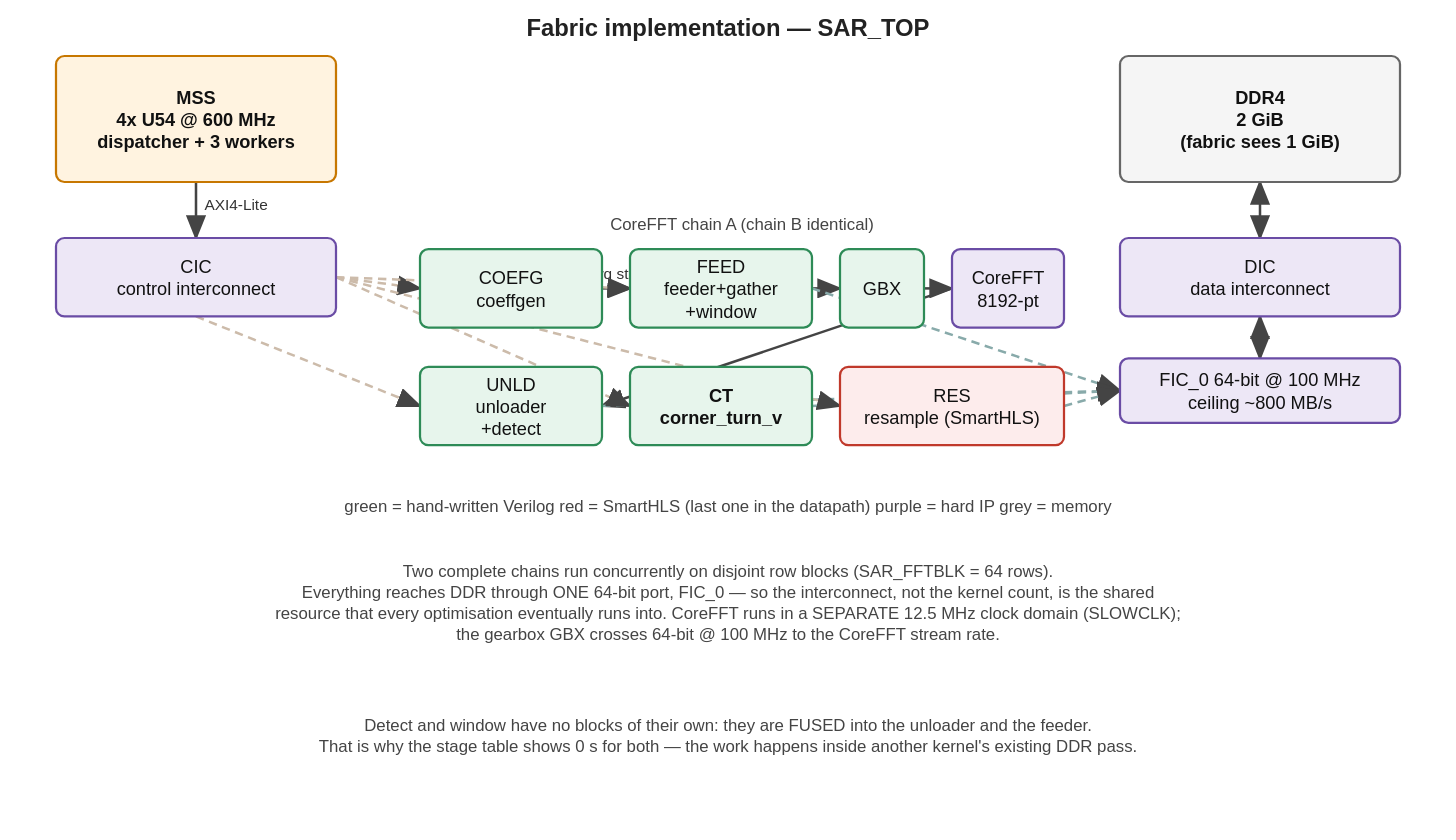
The draw.io diagram docs/slides/diagrams/fig-fabric.drawio.svg in futureproofbear/mpfs250t-sar-ifp, before a commit. Source tidied: cells renumbered, new cells last; positions are measured from the earlier drawing's top-left corner, leaving out a move shared by most shapes. The source it was exported from:
```xml
<mxGraphModel>
  <root>
    <mxCell id="0" />
    <mxCell id="1" parent="0" />
    <mxCell id="2" value="MSS&#10;4x U54 @ 600 MHz&#10;dispatcher + 3 workers" style="rounded=1;whiteSpace=wrap;html=1;fillColor=#FFF3E0;strokeColor=#C77700;fontSize=13;fontFamily=Helvetica;align=center;verticalAlign=middle;fontStyle=1;" parent="1" vertex="1">
      <mxGeometry width="200" height="90" as="geometry" />
    </mxCell>
    <mxCell id="3" value="CIC&#10;control interconnect" style="rounded=1;whiteSpace=wrap;html=1;fillColor=#EDE7F6;strokeColor=#6A4CA5;fontSize=13;fontFamily=Helvetica;align=center;verticalAlign=middle;" parent="1" vertex="1">
      <mxGeometry y="130" width="200" height="56" as="geometry" />
    </mxCell>
    <mxCell id="4" value="DDR4&#10;2 GiB&#10;(fabric sees 1 GiB)" style="rounded=1;whiteSpace=wrap;html=1;fillColor=#F5F5F5;strokeColor=#666666;fontSize=13;fontFamily=Helvetica;align=center;verticalAlign=middle;fontStyle=1;" parent="1" vertex="1">
      <mxGeometry x="760" width="200" height="90" as="geometry" />
    </mxCell>
    <mxCell id="5" value="DIC&#10;data interconnect" style="rounded=1;whiteSpace=wrap;html=1;fillColor=#EDE7F6;strokeColor=#6A4CA5;fontSize=13;fontFamily=Helvetica;align=center;verticalAlign=middle;" parent="1" vertex="1">
      <mxGeometry x="760" y="130" width="200" height="56" as="geometry" />
    </mxCell>
    <mxCell id="6" value="FIC_0  64-bit @ 100 MHz&#10;ceiling ~800 MB/s" style="rounded=1;whiteSpace=wrap;html=1;fillColor=#EDE7F6;strokeColor=#6A4CA5;fontSize=13;fontFamily=Helvetica;align=center;verticalAlign=middle;" parent="1" vertex="1">
      <mxGeometry x="760" y="216" width="200" height="46" as="geometry" />
    </mxCell>
    <mxCell id="7" value="CoreFFT chain A            (chain B identical)" style="text;html=1;strokeColor=none;fillColor=none;align=center;verticalAlign=middle;fontSize=12;fontFamily=Helvetica;" parent="1" vertex="1">
      <mxGeometry x="260" y="110" width="460" height="20" as="geometry" />
    </mxCell>
    <mxCell id="8" value="COEFG&#10;coeffgen" style="rounded=1;whiteSpace=wrap;html=1;fillColor=#E7F5EC;strokeColor=#2E8B57;fontSize=13;fontFamily=Helvetica;align=center;verticalAlign=middle;" parent="1" vertex="1">
      <mxGeometry x="260" y="138" width="130" height="56" as="geometry" />
    </mxCell>
    <mxCell id="9" value="FEED&#10;feeder+gather&#10;+window" style="rounded=1;whiteSpace=wrap;html=1;fillColor=#E7F5EC;strokeColor=#2E8B57;fontSize=13;fontFamily=Helvetica;align=center;verticalAlign=middle;" parent="1" vertex="1">
      <mxGeometry x="410" y="138" width="130" height="56" as="geometry" />
    </mxCell>
    <mxCell id="10" value="GBX" style="rounded=1;whiteSpace=wrap;html=1;fillColor=#E7F5EC;strokeColor=#2E8B57;fontSize=13;fontFamily=Helvetica;align=center;verticalAlign=middle;" parent="1" vertex="1">
      <mxGeometry x="560" y="138" width="60" height="56" as="geometry" />
    </mxCell>
    <mxCell id="11" value="CoreFFT&#10;8192-pt" style="rounded=1;whiteSpace=wrap;html=1;fillColor=#EDE7F6;strokeColor=#6A4CA5;fontSize=13;fontFamily=Helvetica;align=center;verticalAlign=middle;" parent="1" vertex="1">
      <mxGeometry x="640" y="138" width="80" height="56" as="geometry" />
    </mxCell>
    <mxCell id="12" value="UNLD&#10;unloader&#10;+detect" style="rounded=1;whiteSpace=wrap;html=1;fillColor=#E7F5EC;strokeColor=#2E8B57;fontSize=13;fontFamily=Helvetica;align=center;verticalAlign=middle;" parent="1" vertex="1">
      <mxGeometry x="260" y="222" width="130" height="56" as="geometry" />
    </mxCell>
    <mxCell id="13" value="CT&#10;corner_turn_v" style="rounded=1;whiteSpace=wrap;html=1;fillColor=#E7F5EC;strokeColor=#2E8B57;fontSize=13;fontFamily=Helvetica;align=center;verticalAlign=middle;fontStyle=1;" parent="1" vertex="1">
      <mxGeometry x="410" y="222" width="130" height="56" as="geometry" />
    </mxCell>
    <mxCell id="14" value="RES&#10;resample  (SmartHLS)" style="rounded=1;whiteSpace=wrap;html=1;fillColor=#FDECEC;strokeColor=#C0392B;fontSize=13;fontFamily=Helvetica;align=center;verticalAlign=middle;" parent="1" vertex="1">
      <mxGeometry x="560" y="222" width="160" height="56" as="geometry" />
    </mxCell>
    <mxCell id="15" value="green = hand-written Verilog     red = SmartHLS (last one in the datapath)     purple = hard IP     grey = memory" style="text;html=1;strokeColor=none;fillColor=none;align=center;verticalAlign=middle;fontSize=12;fontFamily=Helvetica;" parent="1" vertex="1">
      <mxGeometry y="310" width="960" height="22" as="geometry" />
    </mxCell>
    <mxCell id="16" value="Two complete chains run concurrently on disjoint row blocks (SAR_FFTBLK = 64 rows).&#10;Everything reaches DDR through ONE 64-bit port, FIC_0 — so the interconnect, not the kernel count, is the shared&#10;resource that every optimisation eventually runs into. CoreFFT runs in a SEPARATE 12.5 MHz clock domain (SLOWCLK);&#10;the gearbox GBX crosses 64-bit @ 100 MHz to the CoreFFT stream rate." style="text;html=1;strokeColor=none;fillColor=none;align=center;verticalAlign=middle;fontSize=12;fontFamily=Helvetica;" parent="1" vertex="1">
      <mxGeometry y="345" width="960" height="90" as="geometry" />
    </mxCell>
    <mxCell id="17" value="Detect and window have no blocks of their own: they are FUSED into the unloader and the feeder.&#10;That is why the stage table shows 0 s for both — the work happens inside another kernel's existing DDR pass." style="text;html=1;strokeColor=none;fillColor=none;align=center;verticalAlign=middle;fontSize=12;fontFamily=Helvetica;" parent="1" vertex="1">
      <mxGeometry y="450" width="960" height="70" as="geometry" />
    </mxCell>
    <mxCell id="18" value="AXI4-Lite" style="edgeStyle=orthogonalEdgeStyle;rounded=1;html=1;fontSize=11;strokeColor=#444444;" parent="1" edge="1" source="2" target="3">
      <mxGeometry relative="1" as="geometry" />
    </mxCell>
    <mxCell id="19" style="edgeStyle=orthogonalEdgeStyle;rounded=1;html=1;fontSize=11;strokeColor=#444444;startArrow=classic;startFill=1;" parent="1" edge="1" source="5" target="4">
      <mxGeometry relative="1" as="geometry" />
    </mxCell>
    <mxCell id="20" style="edgeStyle=orthogonalEdgeStyle;rounded=1;html=1;fontSize=11;strokeColor=#444444;startArrow=classic;startFill=1;" parent="1" edge="1" source="6" target="5">
      <mxGeometry relative="1" as="geometry" />
    </mxCell>
    <mxCell id="21" value="idx/wq stream" style="edgeStyle=orthogonalEdgeStyle;rounded=1;html=1;fontSize=11;strokeColor=#444444;" parent="1" edge="1" source="8" target="9">
      <mxGeometry relative="1" as="geometry" />
    </mxCell>
    <mxCell id="22" style="edgeStyle=orthogonalEdgeStyle;rounded=1;html=1;fontSize=11;strokeColor=#444444;" parent="1" edge="1" source="9" target="10">
      <mxGeometry relative="1" as="geometry" />
    </mxCell>
    <mxCell id="23" style="edgeStyle=orthogonalEdgeStyle;rounded=1;html=1;fontSize=11;strokeColor=#444444;" parent="1" edge="1" source="10" target="11">
      <mxGeometry relative="1" as="geometry" />
    </mxCell>
    <mxCell id="24" style="edgeStyle=orthogonalEdgeStyle;rounded=1;html=1;fontSize=11;strokeColor=#444444;" parent="1" edge="1" source="11" target="12">
      <mxGeometry relative="1" as="geometry" />
    </mxCell>
    <mxCell id="25" style="edgeStyle=orthogonalEdgeStyle;rounded=1;html=1;fontSize=11;strokeColor=#8AA;dashed=1;" parent="1" edge="1" source="9" target="6">
      <mxGeometry relative="1" as="geometry" />
    </mxCell>
    <mxCell id="26" style="edgeStyle=orthogonalEdgeStyle;rounded=1;html=1;fontSize=11;strokeColor=#8AA;dashed=1;" parent="1" edge="1" source="12" target="6">
      <mxGeometry relative="1" as="geometry" />
    </mxCell>
    <mxCell id="27" style="edgeStyle=orthogonalEdgeStyle;rounded=1;html=1;fontSize=11;strokeColor=#8AA;dashed=1;" parent="1" edge="1" source="13" target="6">
      <mxGeometry relative="1" as="geometry" />
    </mxCell>
    <mxCell id="28" style="edgeStyle=orthogonalEdgeStyle;rounded=1;html=1;fontSize=11;strokeColor=#8AA;dashed=1;" parent="1" edge="1" source="14" target="6">
      <mxGeometry relative="1" as="geometry" />
    </mxCell>
    <mxCell id="29" style="edgeStyle=orthogonalEdgeStyle;rounded=1;html=1;fontSize=11;strokeColor=#CBA;dashed=1;" parent="1" edge="1" source="3" target="8">
      <mxGeometry relative="1" as="geometry" />
    </mxCell>
    <mxCell id="30" style="edgeStyle=orthogonalEdgeStyle;rounded=1;html=1;fontSize=11;strokeColor=#CBA;dashed=1;" parent="1" edge="1" source="3" target="9">
      <mxGeometry relative="1" as="geometry" />
    </mxCell>
    <mxCell id="31" style="edgeStyle=orthogonalEdgeStyle;rounded=1;html=1;fontSize=11;strokeColor=#CBA;dashed=1;" parent="1" edge="1" source="3" target="12">
      <mxGeometry relative="1" as="geometry" />
    </mxCell>
    <mxCell id="32" style="edgeStyle=orthogonalEdgeStyle;rounded=1;html=1;fontSize=11;strokeColor=#CBA;dashed=1;" parent="1" edge="1" source="3" target="13">
      <mxGeometry relative="1" as="geometry" />
    </mxCell>
    <mxCell id="33" style="edgeStyle=orthogonalEdgeStyle;rounded=1;html=1;fontSize=11;strokeColor=#CBA;dashed=1;" parent="1" edge="1" source="3" target="14">
      <mxGeometry relative="1" as="geometry" />
    </mxCell>
  </root>
</mxGraphModel>
```
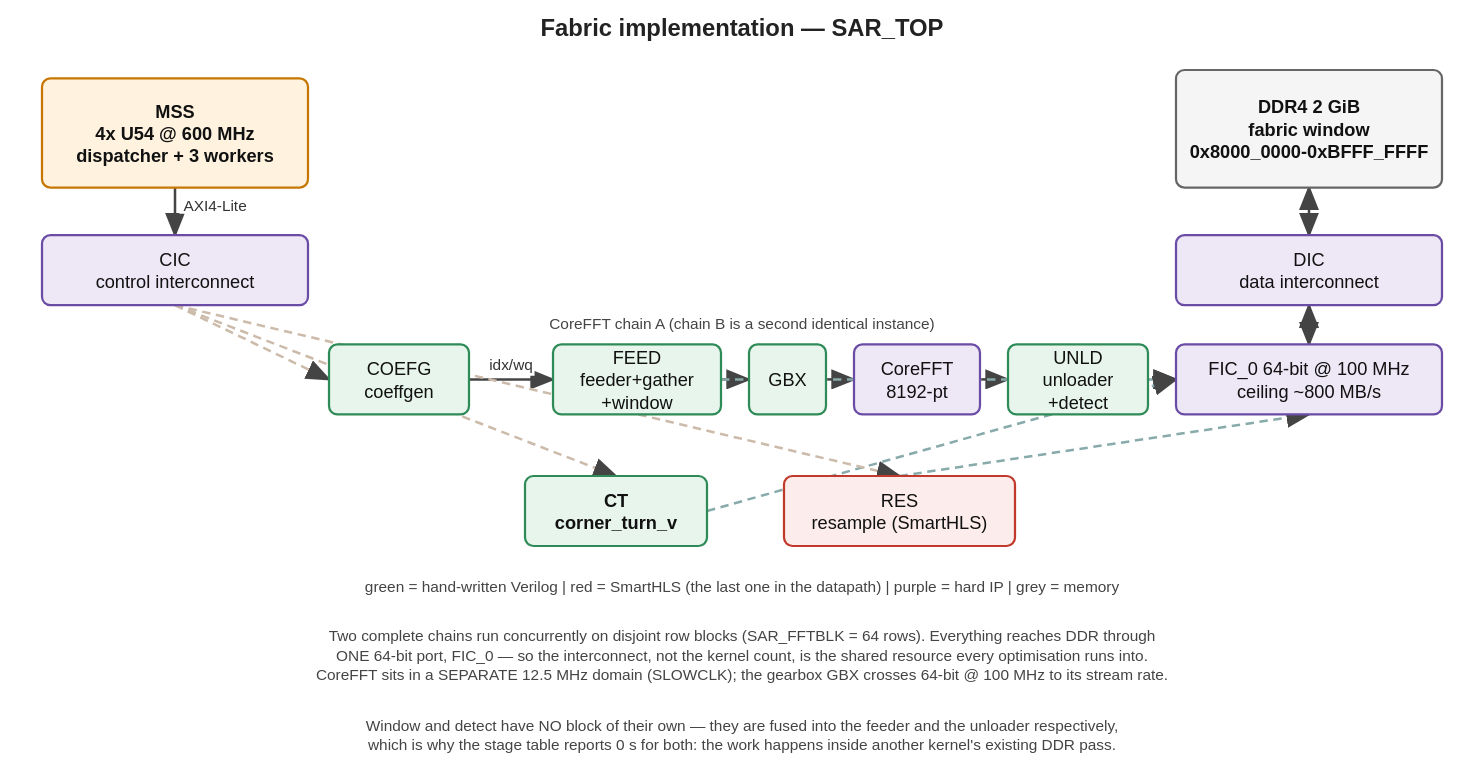
Later version of the same file.

Commit message:
slides: Marp deck on AI-orchestrated hardware development, with drawio figures

The edit, as a diff of the source:
```diff
@@ -3,52 +3,52 @@
     <mxCell id="0" />
     <mxCell id="1" parent="0" />
     <mxCell id="2" value="MSS&#10;4x U54 @ 600 MHz&#10;dispatcher + 3 workers" style="rounded=1;whiteSpace=wrap;html=1;fillColor=#FFF3E0;strokeColor=#C77700;fontSize=13;fontFamily=Helvetica;align=center;verticalAlign=middle;fontStyle=1;" parent="1" vertex="1">
-      <mxGeometry width="200" height="90" as="geometry" />
+      <mxGeometry x="-10" y="16" width="190" height="78" as="geometry" />
     </mxCell>
     <mxCell id="3" value="CIC&#10;control interconnect" style="rounded=1;whiteSpace=wrap;html=1;fillColor=#EDE7F6;strokeColor=#6A4CA5;fontSize=13;fontFamily=Helvetica;align=center;verticalAlign=middle;" parent="1" vertex="1">
-      <mxGeometry y="130" width="200" height="56" as="geometry" />
+      <mxGeometry x="-10" y="128" width="190" height="50" as="geometry" />
     </mxCell>
-    <mxCell id="4" value="DDR4&#10;2 GiB&#10;(fabric sees 1 GiB)" style="rounded=1;whiteSpace=wrap;html=1;fillColor=#F5F5F5;strokeColor=#666666;fontSize=13;fontFamily=Helvetica;align=center;verticalAlign=middle;fontStyle=1;" parent="1" vertex="1">
-      <mxGeometry x="760" width="200" height="90" as="geometry" />
+    <mxCell id="4" value="DDR4  2 GiB&#10;fabric window&#10;0x8000_0000-0xBFFF_FFFF" style="rounded=1;whiteSpace=wrap;html=1;fillColor=#F5F5F5;strokeColor=#666666;fontSize=13;fontFamily=Helvetica;align=center;verticalAlign=middle;fontStyle=1;" parent="1" vertex="1">
+      <mxGeometry x="800" y="10" width="190" height="84" as="geometry" />
     </mxCell>
     <mxCell id="5" value="DIC&#10;data interconnect" style="rounded=1;whiteSpace=wrap;html=1;fillColor=#EDE7F6;strokeColor=#6A4CA5;fontSize=13;fontFamily=Helvetica;align=center;verticalAlign=middle;" parent="1" vertex="1">
-      <mxGeometry x="760" y="130" width="200" height="56" as="geometry" />
+      <mxGeometry x="800" y="128" width="190" height="50" as="geometry" />
     </mxCell>
     <mxCell id="6" value="FIC_0  64-bit @ 100 MHz&#10;ceiling ~800 MB/s" style="rounded=1;whiteSpace=wrap;html=1;fillColor=#EDE7F6;strokeColor=#6A4CA5;fontSize=13;fontFamily=Helvetica;align=center;verticalAlign=middle;" parent="1" vertex="1">
-      <mxGeometry x="760" y="216" width="200" height="46" as="geometry" />
+      <mxGeometry x="800" y="206" width="190" height="50" as="geometry" />
     </mxCell>
-    <mxCell id="7" value="CoreFFT chain A            (chain B identical)" style="text;html=1;strokeColor=none;fillColor=none;align=center;verticalAlign=middle;fontSize=12;fontFamily=Helvetica;" parent="1" vertex="1">
-      <mxGeometry x="260" y="110" width="460" height="20" as="geometry" />
+    <mxCell id="7" value="CoreFFT chain A   (chain B is a second identical instance)" style="text;html=1;strokeColor=none;fillColor=none;align=center;verticalAlign=middle;fontSize=11;fontFamily=Helvetica;" parent="1" vertex="1">
+      <mxGeometry x="210" y="182" width="560" height="18" as="geometry" />
     </mxCell>
     <mxCell id="8" value="COEFG&#10;coeffgen" style="rounded=1;whiteSpace=wrap;html=1;fillColor=#E7F5EC;strokeColor=#2E8B57;fontSize=13;fontFamily=Helvetica;align=center;verticalAlign=middle;" parent="1" vertex="1">
-      <mxGeometry x="260" y="138" width="130" height="56" as="geometry" />
+      <mxGeometry x="195" y="206" width="100" height="50" as="geometry" />
     </mxCell>
     <mxCell id="9" value="FEED&#10;feeder+gather&#10;+window" style="rounded=1;whiteSpace=wrap;html=1;fillColor=#E7F5EC;strokeColor=#2E8B57;fontSize=13;fontFamily=Helvetica;align=center;verticalAlign=middle;" parent="1" vertex="1">
-      <mxGeometry x="410" y="138" width="130" height="56" as="geometry" />
+      <mxGeometry x="355" y="206" width="120" height="50" as="geometry" />
     </mxCell>
     <mxCell id="10" value="GBX" style="rounded=1;whiteSpace=wrap;html=1;fillColor=#E7F5EC;strokeColor=#2E8B57;fontSize=13;fontFamily=Helvetica;align=center;verticalAlign=middle;" parent="1" vertex="1">
-      <mxGeometry x="560" y="138" width="60" height="56" as="geometry" />
+      <mxGeometry x="495" y="206" width="55" height="50" as="geometry" />
     </mxCell>
     <mxCell id="11" value="CoreFFT&#10;8192-pt" style="rounded=1;whiteSpace=wrap;html=1;fillColor=#EDE7F6;strokeColor=#6A4CA5;fontSize=13;fontFamily=Helvetica;align=center;verticalAlign=middle;" parent="1" vertex="1">
-      <mxGeometry x="640" y="138" width="80" height="56" as="geometry" />
+      <mxGeometry x="570" y="206" width="90" height="50" as="geometry" />
     </mxCell>
     <mxCell id="12" value="UNLD&#10;unloader&#10;+detect" style="rounded=1;whiteSpace=wrap;html=1;fillColor=#E7F5EC;strokeColor=#2E8B57;fontSize=13;fontFamily=Helvetica;align=center;verticalAlign=middle;" parent="1" vertex="1">
-      <mxGeometry x="260" y="222" width="130" height="56" as="geometry" />
+      <mxGeometry x="680" y="206" width="100" height="50" as="geometry" />
     </mxCell>
     <mxCell id="13" value="CT&#10;corner_turn_v" style="rounded=1;whiteSpace=wrap;html=1;fillColor=#E7F5EC;strokeColor=#2E8B57;fontSize=13;fontFamily=Helvetica;align=center;verticalAlign=middle;fontStyle=1;" parent="1" vertex="1">
-      <mxGeometry x="410" y="222" width="130" height="56" as="geometry" />
+      <mxGeometry x="335" y="300" width="130" height="50" as="geometry" />
     </mxCell>
-    <mxCell id="14" value="RES&#10;resample  (SmartHLS)" style="rounded=1;whiteSpace=wrap;html=1;fillColor=#FDECEC;strokeColor=#C0392B;fontSize=13;fontFamily=Helvetica;align=center;verticalAlign=middle;" parent="1" vertex="1">
-      <mxGeometry x="560" y="222" width="160" height="56" as="geometry" />
+    <mxCell id="14" value="RES&#10;resample (SmartHLS)" style="rounded=1;whiteSpace=wrap;html=1;fillColor=#FDECEC;strokeColor=#C0392B;fontSize=13;fontFamily=Helvetica;align=center;verticalAlign=middle;" parent="1" vertex="1">
+      <mxGeometry x="520" y="300" width="165" height="50" as="geometry" />
     </mxCell>
-    <mxCell id="15" value="green = hand-written Verilog     red = SmartHLS (last one in the datapath)     purple = hard IP     grey = memory" style="text;html=1;strokeColor=none;fillColor=none;align=center;verticalAlign=middle;fontSize=12;fontFamily=Helvetica;" parent="1" vertex="1">
-      <mxGeometry y="310" width="960" height="22" as="geometry" />
+    <mxCell id="15" value="green = hand-written Verilog   |   red = SmartHLS (the last one in the datapath)   |   purple = hard IP   |   grey = memory" style="text;html=1;strokeColor=none;fillColor=none;align=center;verticalAlign=middle;fontSize=11;fontFamily=Helvetica;" parent="1" vertex="1">
+      <mxGeometry x="-10" y="370" width="1000" height="18" as="geometry" />
     </mxCell>
-    <mxCell id="16" value="Two complete chains run concurrently on disjoint row blocks (SAR_FFTBLK = 64 rows).&#10;Everything reaches DDR through ONE 64-bit port, FIC_0 — so the interconnect, not the kernel count, is the shared&#10;resource that every optimisation eventually runs into. CoreFFT runs in a SEPARATE 12.5 MHz clock domain (SLOWCLK);&#10;the gearbox GBX crosses 64-bit @ 100 MHz to the CoreFFT stream rate." style="text;html=1;strokeColor=none;fillColor=none;align=center;verticalAlign=middle;fontSize=12;fontFamily=Helvetica;" parent="1" vertex="1">
-      <mxGeometry y="345" width="960" height="90" as="geometry" />
+    <mxCell id="16" value="Two complete chains run concurrently on disjoint row blocks (SAR_FFTBLK = 64 rows). Everything reaches DDR through&#10;ONE 64-bit port, FIC_0 — so the interconnect, not the kernel count, is the shared resource every optimisation runs into.&#10;CoreFFT sits in a SEPARATE 12.5 MHz domain (SLOWCLK); the gearbox GBX crosses 64-bit @ 100 MHz to its stream rate." style="text;html=1;strokeColor=none;fillColor=none;align=center;verticalAlign=middle;fontSize=11;fontFamily=Helvetica;" parent="1" vertex="1">
+      <mxGeometry x="-10" y="398" width="1000" height="60" as="geometry" />
     </mxCell>
-    <mxCell id="17" value="Detect and window have no blocks of their own: they are FUSED into the unloader and the feeder.&#10;That is why the stage table shows 0 s for both — the work happens inside another kernel's existing DDR pass." style="text;html=1;strokeColor=none;fillColor=none;align=center;verticalAlign=middle;fontSize=12;fontFamily=Helvetica;" parent="1" vertex="1">
-      <mxGeometry y="450" width="960" height="70" as="geometry" />
+    <mxCell id="17" value="Window and detect have NO block of their own — they are fused into the feeder and the unloader respectively,&#10;which is why the stage table reports 0 s for both: the work happens inside another kernel's existing DDR pass." style="text;html=1;strokeColor=none;fillColor=none;align=center;verticalAlign=middle;fontSize=11;fontFamily=Helvetica;" parent="1" vertex="1">
+      <mxGeometry x="-10" y="468" width="1000" height="34" as="geometry" />
     </mxCell>
     <mxCell id="18" value="AXI4-Lite" style="edgeStyle=orthogonalEdgeStyle;rounded=1;html=1;fontSize=11;strokeColor=#444444;" parent="1" edge="1" source="2" target="3">
       <mxGeometry relative="1" as="geometry" />
@@ -59,7 +59,7 @@
     <mxCell id="20" style="edgeStyle=orthogonalEdgeStyle;rounded=1;html=1;fontSize=11;strokeColor=#444444;startArrow=classic;startFill=1;" parent="1" edge="1" source="6" target="5">
       <mxGeometry relative="1" as="geometry" />
     </mxCell>
-    <mxCell id="21" value="idx/wq stream" style="edgeStyle=orthogonalEdgeStyle;rounded=1;html=1;fontSize=11;strokeColor=#444444;" parent="1" edge="1" source="8" target="9">
+    <mxCell id="21" value="idx/wq" style="edgeStyle=orthogonalEdgeStyle;rounded=1;html=1;fontSize=11;strokeColor=#444444;" parent="1" edge="1" source="8" target="9">
       <mxGeometry relative="1" as="geometry" />
     </mxCell>
     <mxCell id="22" style="edgeStyle=orthogonalEdgeStyle;rounded=1;html=1;fontSize=11;strokeColor=#444444;" parent="1" edge="1" source="9" target="10">
@@ -86,17 +86,11 @@
     <mxCell id="29" style="edgeStyle=orthogonalEdgeStyle;rounded=1;html=1;fontSize=11;strokeColor=#CBA;dashed=1;" parent="1" edge="1" source="3" target="8">
       <mxGeometry relative="1" as="geometry" />
     </mxCell>
-    <mxCell id="30" style="edgeStyle=orthogonalEdgeStyle;rounded=1;html=1;fontSize=11;strokeColor=#CBA;dashed=1;" parent="1" edge="1" source="3" target="9">
+    <mxCell id="30" style="edgeStyle=orthogonalEdgeStyle;rounded=1;html=1;fontSize=11;strokeColor=#CBA;dashed=1;" parent="1" edge="1" source="3" target="13">
       <mxGeometry relative="1" as="geometry" />
     </mxCell>
-    <mxCell id="31" style="edgeStyle=orthogonalEdgeStyle;rounded=1;html=1;fontSize=11;strokeColor=#CBA;dashed=1;" parent="1" edge="1" source="3" target="12">
+    <mxCell id="31" style="edgeStyle=orthogonalEdgeStyle;rounded=1;html=1;fontSize=11;strokeColor=#CBA;dashed=1;" parent="1" edge="1" source="3" target="14">
       <mxGeometry relative="1" as="geometry" />
     </mxCell>
-    <mxCell id="32" style="edgeStyle=orthogonalEdgeStyle;rounded=1;html=1;fontSize=11;strokeColor=#CBA;dashed=1;" parent="1" edge="1" source="3" target="13">
-      <mxGeometry relative="1" as="geometry" />
-    </mxCell>
-    <mxCell id="33" style="edgeStyle=orthogonalEdgeStyle;rounded=1;html=1;fontSize=11;strokeColor=#CBA;dashed=1;" parent="1" edge="1" source="3" target="14">
-      <mxGeometry relative="1" as="geometry" />
-    </mxCell>
   </root>
 </mxGraphModel>
```
